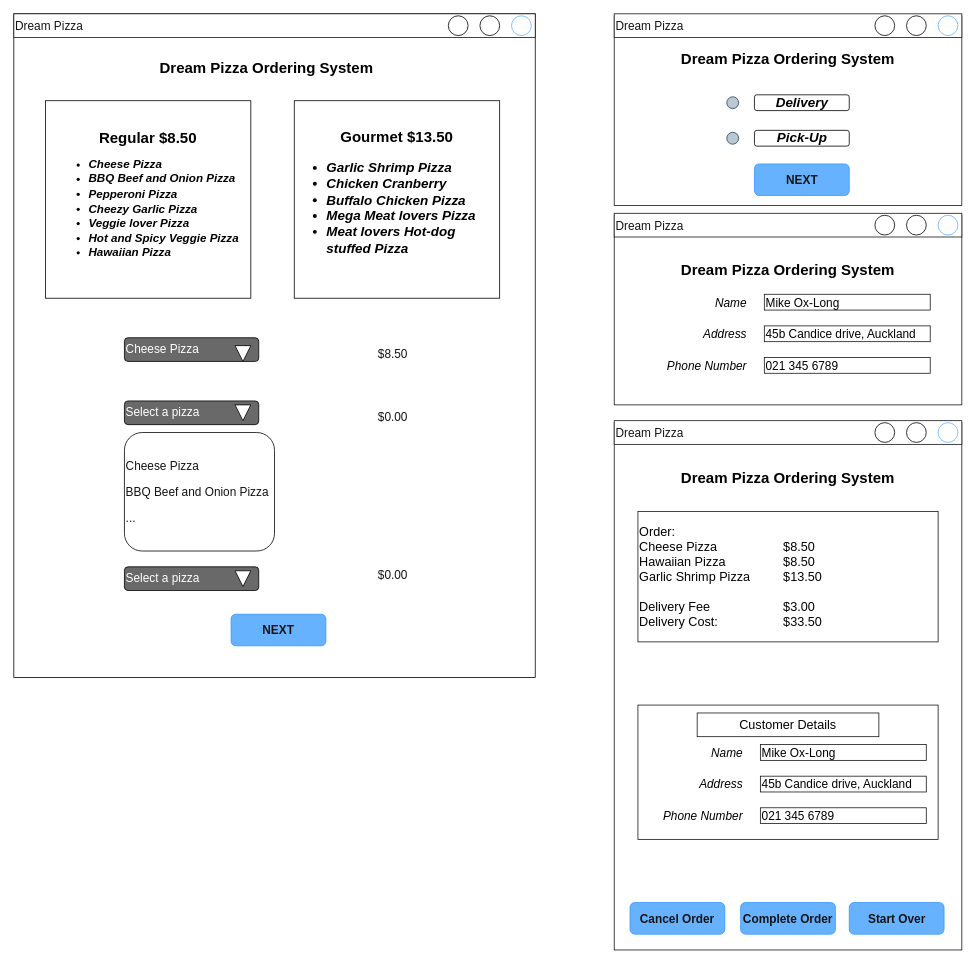
ASDAH-Digtal/pizza-program-Maori-boi keeps this draw.io diagram as page "CUSTOMER DETAILS" (1 of 5) of Pizza_GUI.drawio. Above is the earlier version. Source tidied: cells renumbered, new cells numbered last; positions are measured from the earlier drawing's top-left corner, leaving out a move shared by most shapes. Both pictures are drawn from the tidied source at 79%, with x=0, y=0 at pixel (13, 13).
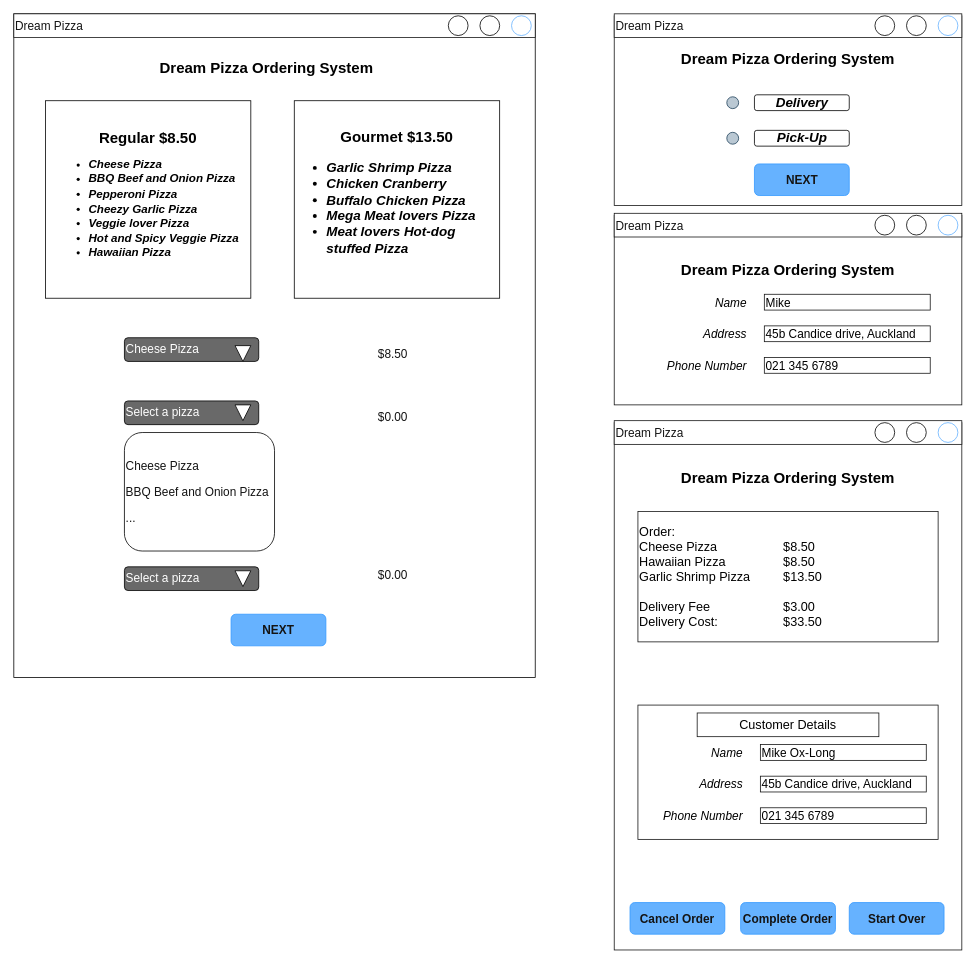
After the change.

The edit, as a diff of the source:
```diff
@@
-    <mxCell id="40" value="Mike Ox-Long" style="rounded=0;whiteSpace=wrap;html=1;fontSize=15;strokeColor=#141414;align=left;" parent="1" vertex="1">
+    <mxCell id="40" value="Mike" style="rounded=0;whiteSpace=wrap;html=1;fontSize=15;strokeColor=#141414;align=left;" parent="1" vertex="1">
       <mxGeometry x="950" y="355" width="210" height="20" as="geometry" />
     </mxCell>
```
